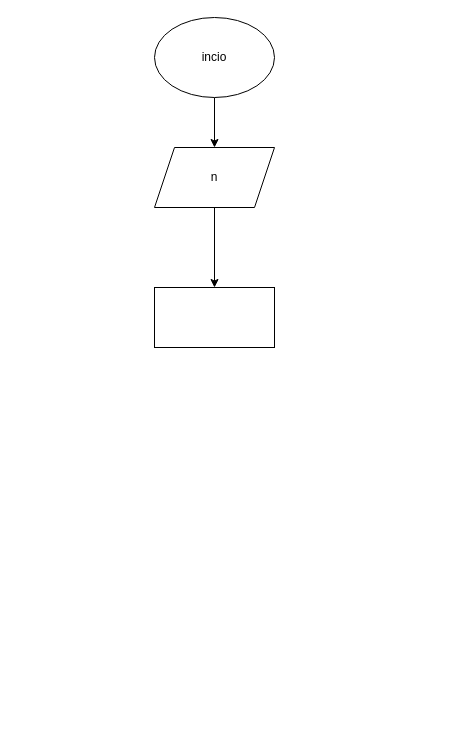
Before: diagrama.drawio in olarte18/inversa_numero, a draw.io diagram. Source tidied: cells renumbered, new cells numbered last; positions are measured from the earlier drawing's top-left corner, leaving out a move shared by most shapes. Both pictures are drawn from the tidied source at 100%, with x=0, y=0 at pixel (154, 17).
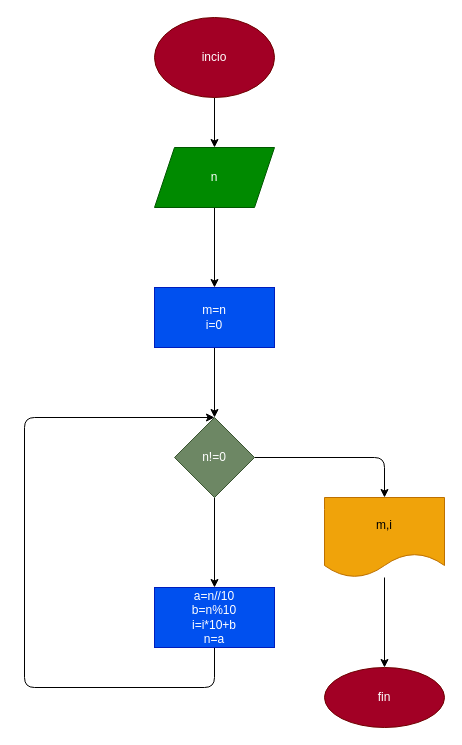
After the change.

The edit, as a diff of the source:
```diff
@@
 <mxGraphModel>
   <root>
     <mxCell id="0" />
     <mxCell id="1" parent="0" />
     <mxCell id="2" style="edgeStyle=none;html=1;" parent="1" edge="1" source="3" target="5">
       <mxGeometry relative="1" as="geometry" />
     </mxCell>
-    <mxCell id="3" value="incio" style="ellipse;whiteSpace=wrap;html=1;" parent="1" vertex="1">
+    <mxCell id="3" value="incio" style="ellipse;whiteSpace=wrap;html=1;fillColor=#a20025;fontColor=#ffffff;strokeColor=#6F0000;" parent="1" vertex="1">
       <mxGeometry width="120" height="80" as="geometry" />
     </mxCell>
     <mxCell id="4" style="edgeStyle=none;html=1;" parent="1" edge="1" source="5" target="6">
       <mxGeometry relative="1" as="geometry" />
     </mxCell>
-    <mxCell id="5" value="n" style="shape=parallelogram;perimeter=parallelogramPerimeter;whiteSpace=wrap;html=1;fixedSize=1;" parent="1" vertex="1">
+    <mxCell id="5" value="n" style="shape=parallelogram;perimeter=parallelogramPerimeter;whiteSpace=wrap;html=1;fixedSize=1;fillColor=#008a00;fontColor=#ffffff;strokeColor=#005700;" parent="1" vertex="1">
       <mxGeometry y="130" width="120" height="60" as="geometry" />
     </mxCell>
+    <mxCell id="7" style="edgeStyle=none;html=1;" parent="1" edge="1" source="6" target="10">
+      <mxGeometry relative="1" as="geometry" />
+    </mxCell>
-    <mxCell id="6" style="whiteSpace=wrap;html=1;" parent="1" vertex="1">
+    <mxCell id="6" value="m=n&lt;br&gt;i=0" style="whiteSpace=wrap;html=1;fillColor=#0050ef;fontColor=#ffffff;strokeColor=#001DBC;" parent="1" vertex="1">
       <mxGeometry y="270" width="120" height="60" as="geometry" />
     </mxCell>
+    <mxCell id="8" style="edgeStyle=none;html=1;" parent="1" edge="1" source="10" target="12">
+      <mxGeometry relative="1" as="geometry" />
+    </mxCell>
+    <mxCell id="9" style="edgeStyle=none;html=1;exitX=1;exitY=0.5;exitDx=0;exitDy=0;" parent="1" edge="1" source="10" target="14">
+      <mxGeometry relative="1" as="geometry">
+        <Array as="points">
+          <mxPoint x="230" y="440" />
+        </Array>
+      </mxGeometry>
+    </mxCell>
+    <mxCell id="10" value="n!=0" style="rhombus;whiteSpace=wrap;html=1;fillColor=#6d8764;fontColor=#ffffff;strokeColor=#3A5431;" parent="1" vertex="1">
+      <mxGeometry x="20" y="400" width="80" height="80" as="geometry" />
+    </mxCell>
+    <mxCell id="11" style="edgeStyle=none;html=1;exitX=0.5;exitY=1;exitDx=0;exitDy=0;entryX=0.5;entryY=0;entryDx=0;entryDy=0;" parent="1" edge="1" source="12" target="10">
+      <mxGeometry relative="1" as="geometry">
+        <Array as="points">
+          <mxPoint x="60" y="670" />
+          <mxPoint x="-130" y="670" />
+          <mxPoint x="-130" y="400" />
+        </Array>
+      </mxGeometry>
+    </mxCell>
+    <mxCell id="12" value="a=n//10&lt;br&gt;b=n%10&lt;br&gt;i=i*10+b&lt;br&gt;n=a" style="whiteSpace=wrap;html=1;fillColor=#0050ef;fontColor=#ffffff;strokeColor=#001DBC;" parent="1" vertex="1">
+      <mxGeometry y="570" width="120" height="60" as="geometry" />
+    </mxCell>
+    <mxCell id="13" style="edgeStyle=none;html=1;" parent="1" edge="1" source="14" target="15">
+      <mxGeometry relative="1" as="geometry" />
+    </mxCell>
+    <mxCell id="14" value="m,i" style="shape=document;whiteSpace=wrap;html=1;boundedLbl=1;fillColor=#f0a30a;fontColor=#000000;strokeColor=#BD7000;" parent="1" vertex="1">
+      <mxGeometry x="170" y="480" width="120" height="80" as="geometry" />
+    </mxCell>
+    <mxCell id="15" value="fin" style="ellipse;whiteSpace=wrap;html=1;fillColor=#a20025;fontColor=#ffffff;strokeColor=#6F0000;" parent="1" vertex="1">
+      <mxGeometry x="170" y="650" width="120" height="60" as="geometry" />
+    </mxCell>
   </root>
 </mxGraphModel>
```
